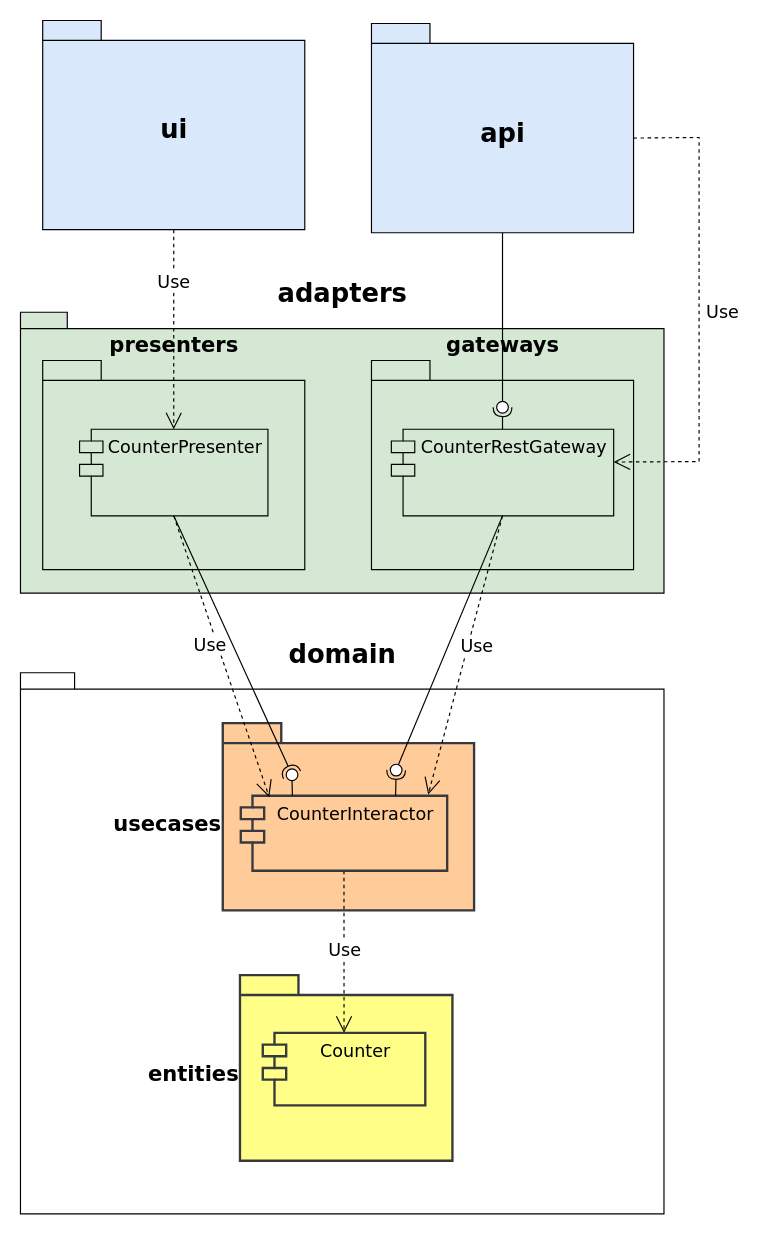
Earlier version of the draw.io diagram app/diagrams/packages-details.uml.drawio (softspiders/clean-architecture-counter-starters). Source tidied: cells renumbered, new cells numbered last; positions are measured from the earlier drawing's top-left corner, leaving out a move shared by most shapes. Both pictures are drawn from the tidied source at 117%, with x=0, y=0 at pixel (20, 20).
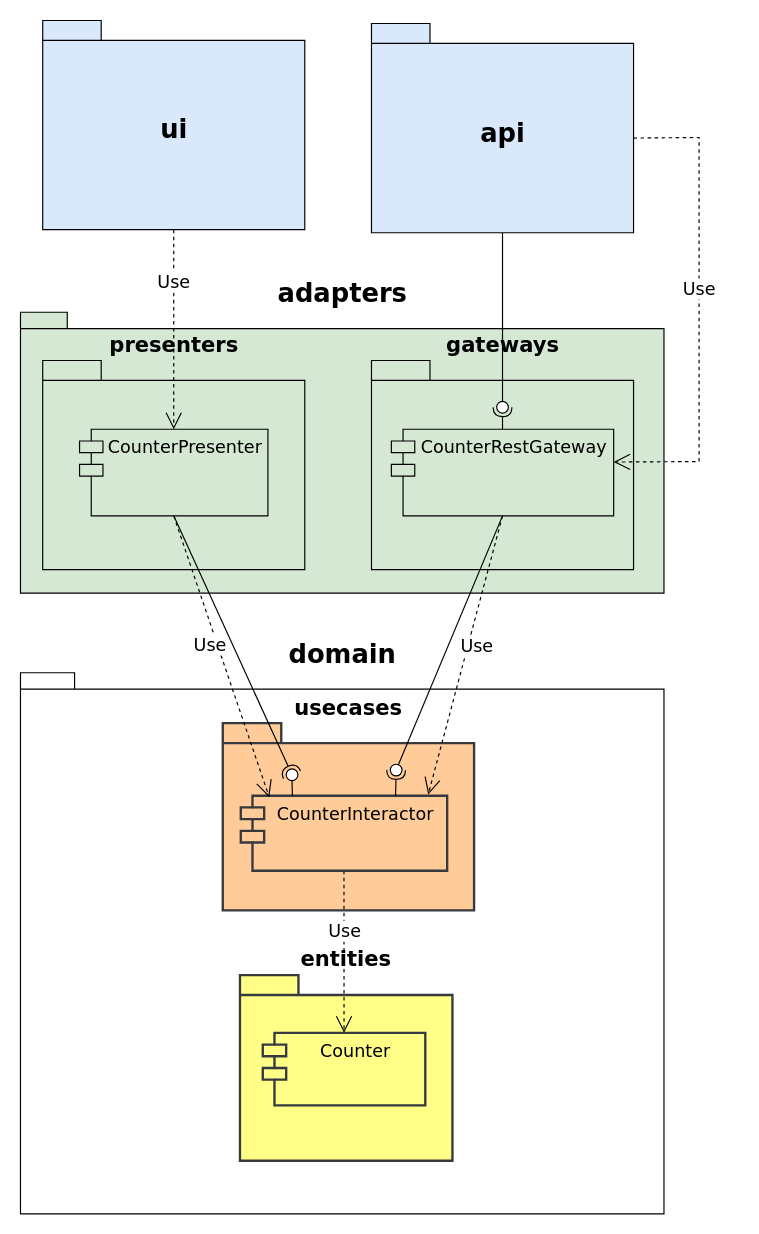
The same page after the edit.

Unchanged cells that the change refers to:
```xml
<mxCell id="2" style="group;strokeColor=none;" parent="1" vertex="1">
  <mxGeometry y="557.5" width="550" height="462.5" as="geometry" />
</mxCell>
<mxCell id="6" value="Counter" style="shape=module;align=left;spacingLeft=20;align=center;verticalAlign=top;fontFamily=Verdana;fontSize=15;fillColor=#ffff88;strokeColor=#36393d;strokeWidth=2;" parent="4" vertex="1">
  <mxGeometry x="73.3" y="61.1" width="138.9" height="62" as="geometry" />
</mxCell>
<mxCell id="9" value="CounterInteractor" style="shape=module;align=left;spacingLeft=20;align=center;verticalAlign=top;fontFamily=Verdana;fontSize=15;fillColor=#ffcc99;strokeColor=#36393d;strokeWidth=2;" parent="2" vertex="1">
  <mxGeometry x="188.3" y="105.1" width="176.4" height="64.1" as="geometry" />
</mxCell>
<mxCell id="28" value="&lt;font style=&quot;font-size: 22px&quot;&gt;api&lt;/font&gt;" style="shape=folder;fontStyle=1;spacingTop=10;tabWidth=50;tabHeight=17;tabPosition=left;html=1;rounded=0;shadow=0;comic=0;labelBackgroundColor=none;strokeWidth=1;fontFamily=Verdana;fontSize=18;align=center;labelPosition=center;verticalLabelPosition=middle;verticalAlign=middle;fillColor=#dae8fc;strokeColor=#000000;" parent="1" vertex="1">
  <mxGeometry x="300" y="2.6" width="224" height="178.8" as="geometry" />
</mxCell>
```

The edit, as a diff of the source:
```diff
@@
-    <mxCell id="4" style="group;fontSize=13;labelPosition=left;verticalLabelPosition=middle;align=right;verticalAlign=middle;fillColor=none;strokeColor=none;strokeWidth=2;" parent="2" vertex="1">
+    <mxCell id="4" style="group;fontSize=13;labelPosition=center;verticalLabelPosition=top;align=center;verticalAlign=bottom;fillColor=none;strokeColor=none;strokeWidth=2;" parent="2" vertex="1">
       <mxGeometry x="133.8" y="246.7" width="285.4" height="182.1" as="geometry" />
     </mxCell>
-    <mxCell id="5" value="&lt;font style=&quot;font-size: 18px&quot;&gt;entities&lt;/font&gt;" style="shape=folder;fontStyle=1;spacingTop=10;tabWidth=50;tabHeight=17;tabPosition=left;html=1;rounded=0;shadow=0;comic=0;labelBackgroundColor=none;strokeWidth=2;fontFamily=Verdana;fontSize=10;align=right;labelPosition=left;verticalLabelPosition=middle;verticalAlign=middle;fillColor=#ffff88;strokeColor=#36393d;" parent="4" vertex="1">
+    <mxCell id="5" value="&lt;font style=&quot;font-size: 18px&quot;&gt;entities&lt;/font&gt;" style="shape=folder;fontStyle=1;spacingTop=10;tabWidth=50;tabHeight=17;tabPosition=left;html=1;rounded=0;shadow=0;comic=0;labelBackgroundColor=none;strokeWidth=2;fontFamily=Verdana;fontSize=10;align=center;labelPosition=center;verticalLabelPosition=top;verticalAlign=bottom;fillColor=#ffff88;strokeColor=#36393d;" parent="4" vertex="1">
       <mxGeometry x="53.8" y="11.7" width="181.6" height="158.7" as="geometry" />
     </mxCell>
@@
-    <mxCell id="7" value="&lt;font style=&quot;font-size: 18px&quot;&gt;usecases&lt;/font&gt;" style="shape=folder;fontStyle=1;spacingTop=10;tabWidth=50;tabHeight=17;tabPosition=left;html=1;rounded=0;shadow=0;comic=0;labelBackgroundColor=none;strokeWidth=2;fontFamily=Verdana;fontSize=12;align=right;labelPosition=left;verticalLabelPosition=middle;verticalAlign=middle;fillColor=#ffcc99;strokeColor=#36393d;" parent="2" vertex="1">
+    <mxCell id="7" value="&lt;font style=&quot;font-size: 18px&quot;&gt;usecases&lt;/font&gt;" style="shape=folder;fontStyle=1;spacingTop=10;tabWidth=50;tabHeight=17;tabPosition=left;html=1;rounded=0;shadow=0;comic=0;labelBackgroundColor=none;strokeWidth=2;fontFamily=Verdana;fontSize=12;align=center;labelPosition=center;verticalLabelPosition=top;verticalAlign=bottom;fillColor=#ffcc99;strokeColor=#36393d;" parent="2" vertex="1">
       <mxGeometry x="172.9" y="43.1" width="214.8" height="160" as="geometry" />
     </mxCell>
     <mxCell id="8" value="Use" style="endArrow=open;endSize=12;dashed=1;html=1;fontFamily=Verdana;fontSize=15;exitX=0.5;exitY=1;exitDx=0;exitDy=0;entryX=0.5;entryY=0;entryDx=0;entryDy=0;" parent="2" edge="1" source="9" target="6">
-      <mxGeometry x="-0.04" relative="1" as="geometry" />
+      <mxGeometry x="-0.26" relative="1" as="geometry" />
     </mxCell>
@@
     <mxCell id="27" value="Use" style="endArrow=open;endSize=12;dashed=1;html=1;fontFamily=Verdana;fontSize=15;exitX=0;exitY=0;exitDx=224;exitDy=97.91;exitPerimeter=0;entryX=1;entryY=0.5;entryDx=0;entryDy=0;rounded=0;" parent="1" edge="1" source="28">
-      <mxGeometry x="0.01" y="20" relative="1" as="geometry">
+      <mxGeometry x="-0.09" relative="1" as="geometry">
         <mxPoint x="507" y="377.4" as="targetPoint" />
         <Array as="points">
           <mxPoint x="580" y="100" />
           <mxPoint x="580" y="377" />
         </Array>
       </mxGeometry>
     </mxCell>
```
